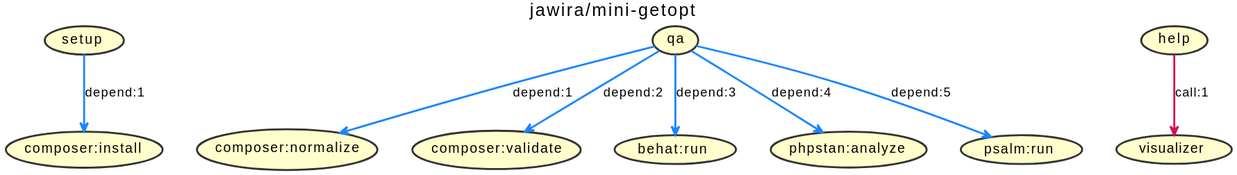
jawira/mini-getopt keeps this PlantUML diagram as build.svg. Above is the earlier version.
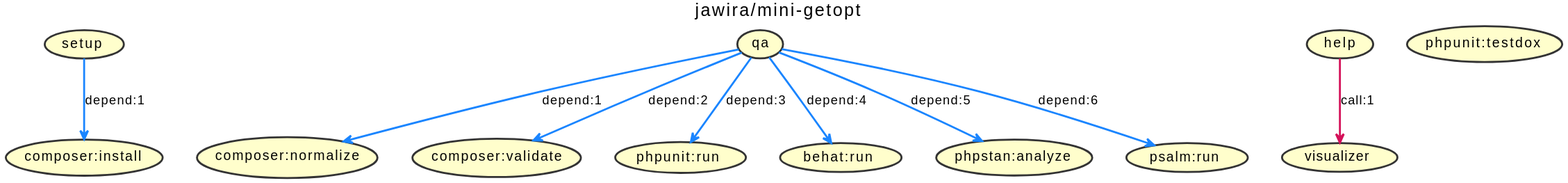
Above is the later version.

What changed in the source:
```diff
@@ -17,9 +17,10 @@
 (setup) -[#1A85FF]-> (composer:install) : depend:1
 (qa) -[#1A85FF]-> (composer:normalize) : depend:1
 (qa) -[#1A85FF]-> (composer:validate) : depend:2
-(qa) -[#1A85FF]-> (behat:run) : depend:3
-(qa) -[#1A85FF]-> (phpstan:analyze) : depend:4
-(qa) -[#1A85FF]-> (psalm:run) : depend:5
+(qa) -[#1A85FF]-> (phpunit:run) : depend:3
+(qa) -[#1A85FF]-> (behat:run) : depend:4
+(qa) -[#1A85FF]-> (phpstan:analyze) : depend:5
+(qa) -[#1A85FF]-> (psalm:run) : depend:6
 (help) -[#D41159]-> (visualizer) : call:1
 (setup)
 (qa)
@@ -31,4 +32,6 @@
 (psalm:run)
 (help)
 (visualizer)
+(phpunit:run)
+(phpunit:testdox)
 @enduml
```
